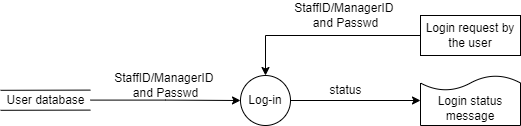
Before: fig1.png, a diagram exported from draw.io (1067147135/draw). Source tidied: cells renumbered, new cells last; positions are measured from the earlier drawing's top-left corner, leaving out a move shared by most shapes.
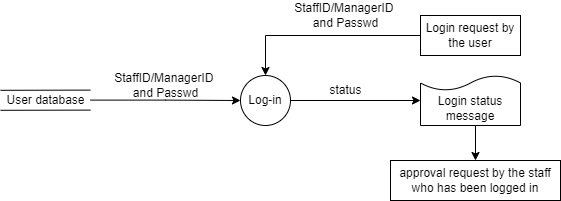
The same diagram one commit later.

Change to the diagram source:
```diff
@@ -42,11 +42,17 @@
     <mxCell id="11" value="StaffID/ManagerID &lt;br&gt;and Passwd" style="text;html=1;align=center;verticalAlign=middle;strokeColor=none;fillColor=none;fontSize=12;fontFamily=Helvetica;" parent="1" vertex="1">
       <mxGeometry x="110" y="70" width="110" height="30" as="geometry" />
     </mxCell>
+    <mxCell id="14" style="edgeStyle=orthogonalEdgeStyle;rounded=0;jettySize=auto;html=1;exitX=0.5;exitY=0;exitDx=0;exitDy=0;entryX=0.5;entryY=0;entryDx=0;entryDy=0;" parent="1" edge="1" source="12" target="15">
+      <mxGeometry relative="1" as="geometry" />
+    </mxCell>
     <mxCell id="12" value="Login status message" style="shape=document;whiteSpace=wrap;html=1;boundedLbl=1;fontFamily=Helvetica;fontSize=12;direction=west;" parent="1" vertex="1">
       <mxGeometry x="420" y="75" width="100" height="50" as="geometry" />
     </mxCell>
     <mxCell id="13" value="status" style="text;html=1;align=center;verticalAlign=middle;strokeColor=none;fillColor=none;fontSize=12;fontFamily=Helvetica;" parent="1" vertex="1">
       <mxGeometry x="320" y="80" width="50" height="20" as="geometry" />
     </mxCell>
+    <mxCell id="15" value="approval request by the staff who has been logged in" style="rounded=0;whiteSpace=wrap;html=1;" parent="1" vertex="1">
+      <mxGeometry x="390" y="160" width="170" height="40" as="geometry" />
+    </mxCell>
   </root>
 </mxGraphModel>
```
